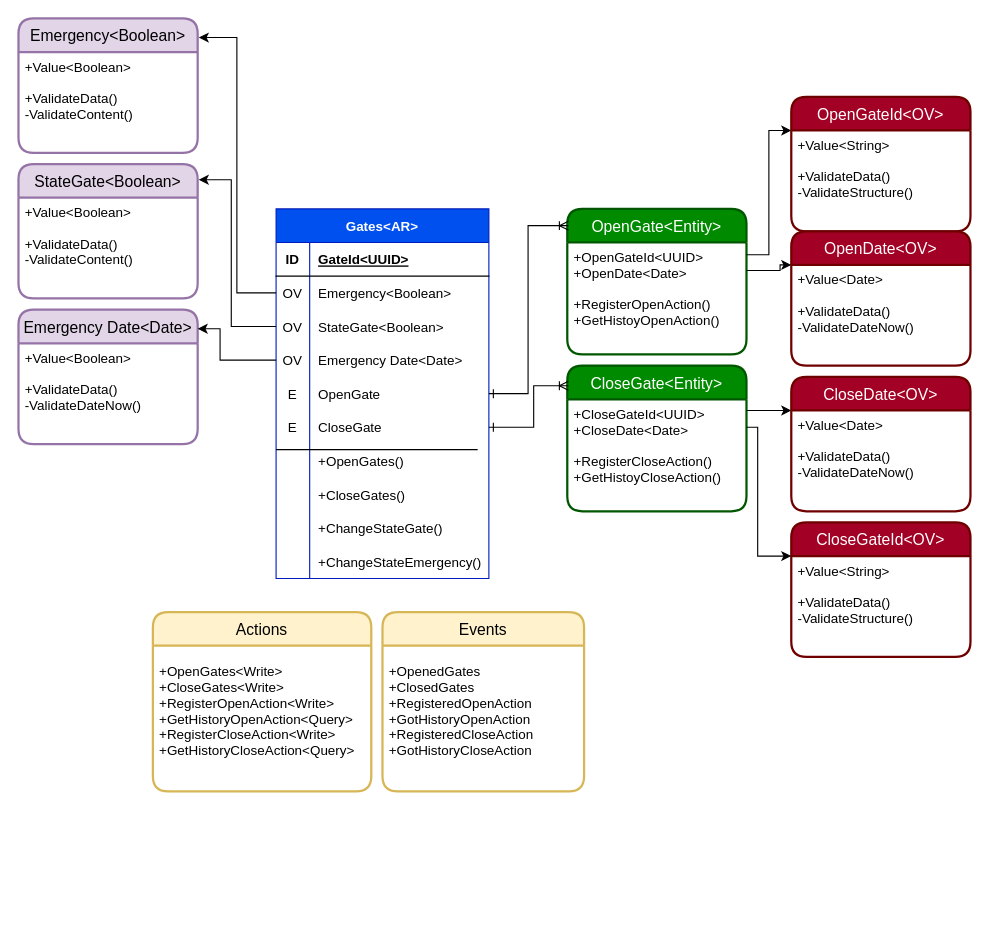
JersonBasto/C1-2023-DDD-Colombia-Fork keeps this draw.io diagram as page "Gates<AR>" (3 of 8) of Modelo.drawio. Above is the earlier version. Source tidied: cells renumbered, new cells numbered last; positions are measured from the earlier drawing's top-left corner, leaving out a move shared by most shapes. Both pictures are drawn from the tidied source at 112%, with x=0, y=0 at pixel (18, 18).
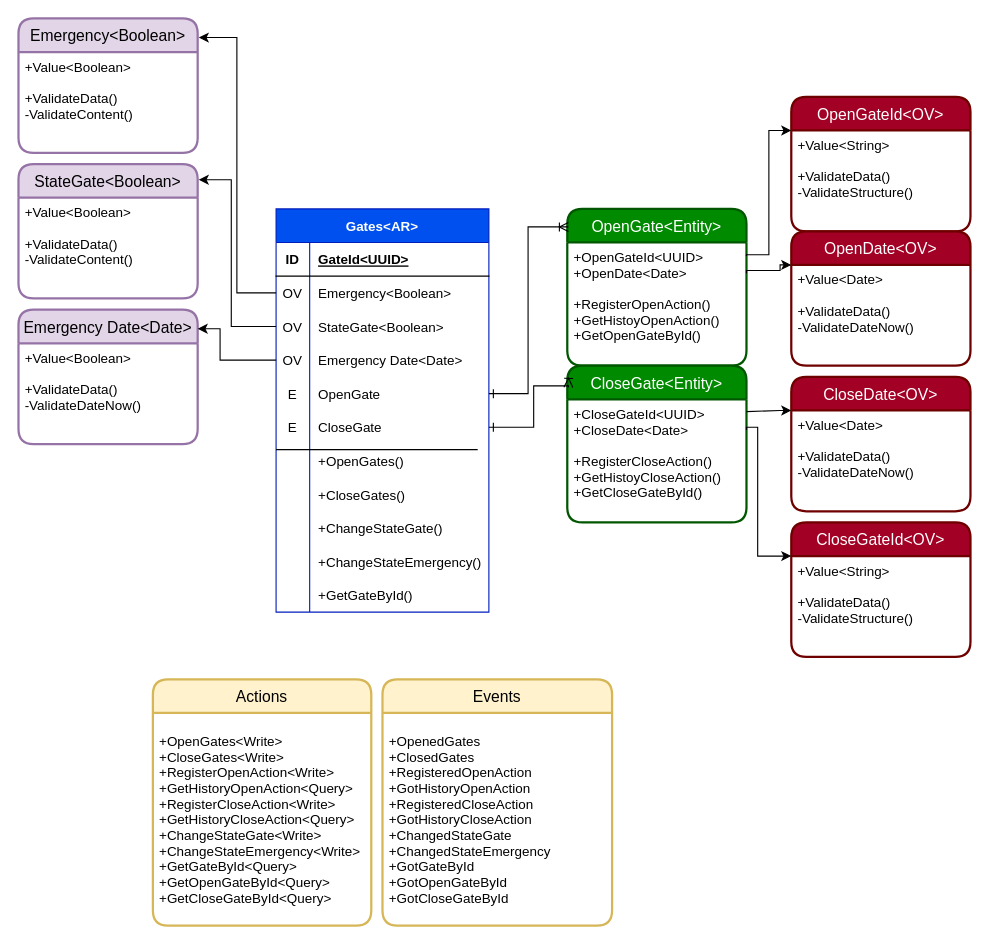
After the change.

Commit message:
Se carga el nuevo modelo

Se carga el nuevo modelo DDD

What changed in the source:
```diff
@@
     <mxCell id="2" value="Gates&lt;AR&gt;" style="shape=table;startSize=30;childLayout=tableLayout;rowLines=0;fontStyle=1;align=center;fontSize=12;fillColor=#0050ef;fontColor=#ffffff;strokeColor=#001DBC;" parent="1" vertex="1">
-      <mxGeometry x="230" y="170" width="190" height="330" as="geometry" />
+      <mxGeometry x="230" y="170" width="190" height="360" as="geometry" />
     </mxCell>
@@
+    <mxCell id="65" style="shape=tableRow;horizontal=0;startSize=0;swimlaneHead=0;swimlaneBody=0;fillColor=none;top=0;left=0;right=0;bottom=0;fontSize=12;" parent="2" vertex="1">
+      <mxGeometry y="330" width="190" height="30" as="geometry" />
+    </mxCell>
+    <mxCell id="66" style="shape=partialRectangle;fillColor=none;top=0;left=0;bottom=0;right=0;overflow=hidden;fontSize=12;" parent="65" vertex="1">
+      <mxGeometry width="30" height="30" as="geometry" />
+    </mxCell>
+    <mxCell id="67" value="+GetGateById()" style="shape=partialRectangle;fillColor=none;top=0;left=0;bottom=0;right=0;align=left;spacingLeft=6;overflow=hidden;fontSize=12;" parent="65" vertex="1">
+      <mxGeometry x="30" width="160" height="30" as="geometry" />
+    </mxCell>
@@
     <mxCell id="43" value="OpenGate&lt;Entity&gt;" style="swimlane;horizontal=1;startSize=30;rounded=1;fontSize=14;fontStyle=0;strokeWidth=2;shadow=0;dashed=0;align=center;fillColor=#008a00;fontColor=#ffffff;strokeColor=#005700;" parent="1" vertex="1">
-      <mxGeometry x="490" y="170" width="160" height="130" as="geometry" />
+      <mxGeometry x="490" y="170" width="160" height="140" as="geometry" />
     </mxCell>
-    <mxCell id="44" value="+OpenGateId&lt;UUID&gt;&#10;+OpenDate&lt;Date&gt;&#10;&#10;+RegisterOpenAction()&#10;+GetHistoyOpenAction()" style="align=left;strokeColor=none;fillColor=none;spacingLeft=4;fontSize=12;verticalAlign=top;" parent="43" vertex="1">
-      <mxGeometry y="30" width="160" height="100" as="geometry" />
+    <mxCell id="44" value="+OpenGateId&lt;UUID&gt;&#10;+OpenDate&lt;Date&gt;&#10;&#10;+RegisterOpenAction()&#10;+GetHistoyOpenAction()&#10;+GetOpenGateById()" style="align=left;strokeColor=none;fillColor=none;spacingLeft=4;fontSize=12;verticalAlign=top;" parent="43" vertex="1">
+      <mxGeometry y="30" width="160" height="110" as="geometry" />
     </mxCell>
@@
     <mxCell id="46" value="CloseGate&lt;Entity&gt;" style="swimlane;horizontal=1;startSize=30;rounded=1;fontSize=14;fontStyle=0;strokeWidth=2;shadow=0;dashed=0;align=center;fillColor=#008a00;fontColor=#ffffff;strokeColor=#005700;" parent="1" vertex="1">
-      <mxGeometry x="490" y="310" width="160" height="130" as="geometry" />
+      <mxGeometry x="490" y="310" width="160" height="140" as="geometry" />
     </mxCell>
-    <mxCell id="47" value="+CloseGateId&lt;UUID&gt;&#10;+CloseDate&lt;Date&gt;&#10;&#10;+RegisterCloseAction()&#10;+GetHistoyCloseAction()" style="align=left;strokeColor=none;fillColor=none;spacingLeft=4;fontSize=12;verticalAlign=top;" parent="46" vertex="1">
-      <mxGeometry y="30" width="160" height="100" as="geometry" />
+    <mxCell id="47" value="+CloseGateId&lt;UUID&gt;&#10;+CloseDate&lt;Date&gt;&#10;&#10;+RegisterCloseAction()&#10;+GetHistoyCloseAction()&#10;+GetCloseGateById()" style="align=left;strokeColor=none;fillColor=none;spacingLeft=4;fontSize=12;verticalAlign=top;" parent="46" vertex="1">
+      <mxGeometry y="30" width="160" height="110" as="geometry" />
     </mxCell>
@@
     <mxCell id="61" value="Actions" style="swimlane;horizontal=1;startSize=30;rounded=1;fontSize=14;fontStyle=0;strokeWidth=2;shadow=0;dashed=0;align=center;fillColor=#fff2cc;strokeColor=#d6b656;" parent="1" vertex="1">
-      <mxGeometry x="120" y="530" width="195" height="160" as="geometry" />
+      <mxGeometry x="120" y="590" width="195" height="220" as="geometry" />
     </mxCell>
-    <mxCell id="62" value="+OpenGates&lt;Write&gt;&#10;+CloseGates&lt;Write&gt;&#10;+RegisterOpenAction&lt;Write&gt;&#10;+GetHistoryOpenAction&lt;Query&gt;&#10;+RegisterCloseAction&lt;Write&gt;&#10;+GetHistoryCloseAction&lt;Query&gt;&#10;" style="align=left;strokeColor=none;fillColor=none;spacingLeft=4;fontSize=12;verticalAlign=middle;" parent="61" vertex="1">
-      <mxGeometry y="30" width="195" height="130" as="geometry" />
+    <mxCell id="62" value="+OpenGates&lt;Write&gt;&#10;+CloseGates&lt;Write&gt;&#10;+RegisterOpenAction&lt;Write&gt;&#10;+GetHistoryOpenAction&lt;Query&gt;&#10;+RegisterCloseAction&lt;Write&gt;&#10;+GetHistoryCloseAction&lt;Query&gt;&#10;+ChangeStateGate&lt;Write&gt;&#10;+ChangeStateEmergency&lt;Write&gt;&#10;+GetGateById&lt;Query&gt;&#10;+GetOpenGateById&lt;Query&gt;&#10;+GetCloseGateById&lt;Query&gt;" style="align=left;strokeColor=none;fillColor=none;spacingLeft=4;fontSize=12;verticalAlign=middle;" parent="61" vertex="1">
+      <mxGeometry y="30" width="195" height="190" as="geometry" />
     </mxCell>
     <mxCell id="63" value="Events" style="swimlane;horizontal=1;startSize=30;rounded=1;fontSize=14;fontStyle=0;strokeWidth=2;shadow=0;dashed=0;align=center;fillColor=#fff2cc;strokeColor=#d6b656;" parent="1" vertex="1">
-      <mxGeometry x="325" y="530" width="180" height="160" as="geometry" />
+      <mxGeometry x="325" y="590" width="205" height="220" as="geometry" />
     </mxCell>
-    <mxCell id="64" value="+OpenedGates&#10;+ClosedGates&#10;+RegisteredOpenAction&#10;+GotHistoryOpenAction&#10;+RegisteredCloseAction&#10;+GotHistoryCloseAction&#10;" style="align=left;strokeColor=none;fillColor=none;spacingLeft=4;fontSize=12;verticalAlign=middle;" parent="63" vertex="1">
-      <mxGeometry y="30" width="180" height="130" as="geometry" />
+    <mxCell id="64" value="+OpenedGates&#10;+ClosedGates&#10;+RegisteredOpenAction&#10;+GotHistoryOpenAction&#10;+RegisteredCloseAction&#10;+GotHistoryCloseAction&#10;+ChangedStateGate&#10;+ChangedStateEmergency&#10;+GotGateById&#10;+GotOpenGateById&#10;+GotCloseGateById" style="align=left;strokeColor=none;fillColor=none;spacingLeft=4;fontSize=12;verticalAlign=middle;" parent="63" vertex="1">
+      <mxGeometry y="30" width="205" height="190" as="geometry" />
     </mxCell>
```
